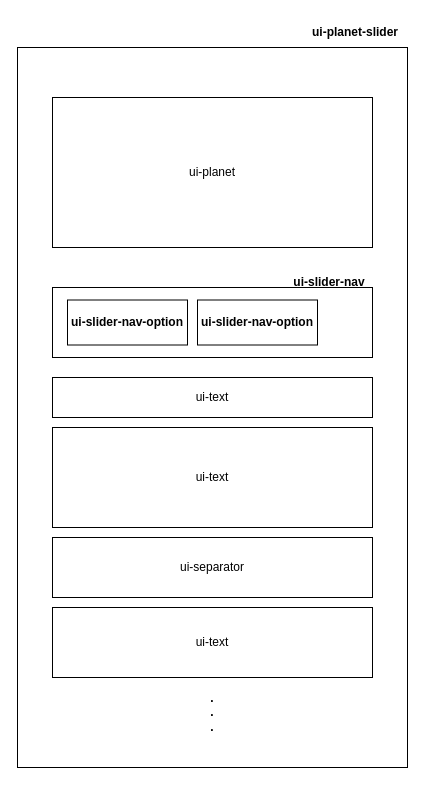
This is packages/angular-app/blackboard/index.dio from rosalesponcer/space-tourism, a draw.io file, before an edit. Source tidied: cells renumbered, new cells numbered last; positions are measured from the earlier drawing's top-left corner, leaving out a move shared by most shapes. Both pictures are drawn from the tidied source at 100%, with x=0, y=0 at pixel (17, 17).
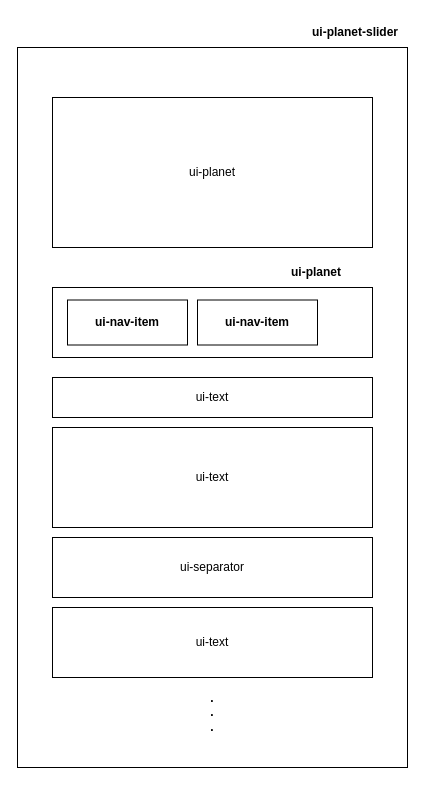
The same page after the edit.

What changed in the source:
```diff
@@
 <mxGraphModel>
   <root>
     <mxCell id="0" />
     <mxCell id="1" parent="0" />
     <mxCell id="2" style="rounded=0;whiteSpace=wrap;html=1;" parent="1" vertex="1">
       <mxGeometry y="30" width="390" height="720" as="geometry" />
     </mxCell>
     <mxCell id="3" value="ui-planet" style="rounded=0;whiteSpace=wrap;html=1;" parent="1" vertex="1">
       <mxGeometry x="35" y="80" width="320" height="150" as="geometry" />
     </mxCell>
     <mxCell id="4" style="rounded=0;whiteSpace=wrap;html=1;" parent="1" vertex="1">
       <mxGeometry x="35" y="270" width="320" height="70" as="geometry" />
     </mxCell>
-    <mxCell id="5" value="ui-slider-nav-option" style="rounded=0;whiteSpace=wrap;html=1;fontStyle=1;" parent="1" vertex="1">
+    <mxCell id="5" value="ui-nav-item" style="rounded=0;whiteSpace=wrap;html=1;fontStyle=1;" parent="1" vertex="1">
       <mxGeometry x="50" y="282.5" width="120" height="45" as="geometry" />
     </mxCell>
-    <mxCell id="6" value="&lt;span&gt;ui-slider-nav-option&lt;/span&gt;" style="rounded=0;whiteSpace=wrap;html=1;fontStyle=1;" parent="1" vertex="1">
+    <mxCell id="6" value="&lt;span&gt;ui-nav-item&lt;/span&gt;" style="rounded=0;whiteSpace=wrap;html=1;fontStyle=1;" parent="1" vertex="1">
       <mxGeometry x="180" y="282.5" width="120" height="45" as="geometry" />
     </mxCell>
-    <mxCell id="7" value="ui-slider-nav" style="text;html=1;strokeColor=none;fillColor=none;align=center;verticalAlign=middle;whiteSpace=wrap;rounded=0;fontStyle=1;" parent="1" vertex="1">
-      <mxGeometry x="260" y="250" width="104" height="30" as="geometry" />
+    <mxCell id="7" value="ui-planet" style="text;html=1;strokeColor=none;fillColor=none;align=center;verticalAlign=middle;whiteSpace=wrap;rounded=0;fontStyle=1;" parent="1" vertex="1">
+      <mxGeometry x="247" y="240" width="104" height="30" as="geometry" />
     </mxCell>
     <mxCell id="8" value="ui-text" style="rounded=0;whiteSpace=wrap;html=1;" parent="1" vertex="1">
       <mxGeometry x="35" y="360" width="320" height="40" as="geometry" />
     </mxCell>
     <mxCell id="9" value="ui-text" style="rounded=0;whiteSpace=wrap;html=1;" parent="1" vertex="1">
       <mxGeometry x="35" y="410" width="320" height="100" as="geometry" />
     </mxCell>
     <mxCell id="10" value="ui-separator" style="rounded=0;whiteSpace=wrap;html=1;" parent="1" vertex="1">
       <mxGeometry x="35" y="520" width="320" height="60" as="geometry" />
     </mxCell>
     <mxCell id="11" value="ui-text" style="rounded=0;whiteSpace=wrap;html=1;" parent="1" vertex="1">
       <mxGeometry x="35" y="590" width="320" height="70" as="geometry" />
     </mxCell>
     <mxCell id="12" value=".&lt;br&gt;.&lt;br&gt;." style="text;html=1;strokeColor=none;fillColor=none;align=center;verticalAlign=middle;whiteSpace=wrap;rounded=0;fontStyle=1;" parent="1" vertex="1">
       <mxGeometry x="143" y="680" width="104" height="30" as="geometry" />
     </mxCell>
     <mxCell id="13" value="ui-planet-slider" style="text;html=1;strokeColor=none;fillColor=none;align=center;verticalAlign=middle;whiteSpace=wrap;rounded=0;fontStyle=1;" parent="1" vertex="1">
       <mxGeometry x="286" width="104" height="30" as="geometry" />
     </mxCell>
   </root>
 </mxGraphModel>
```
